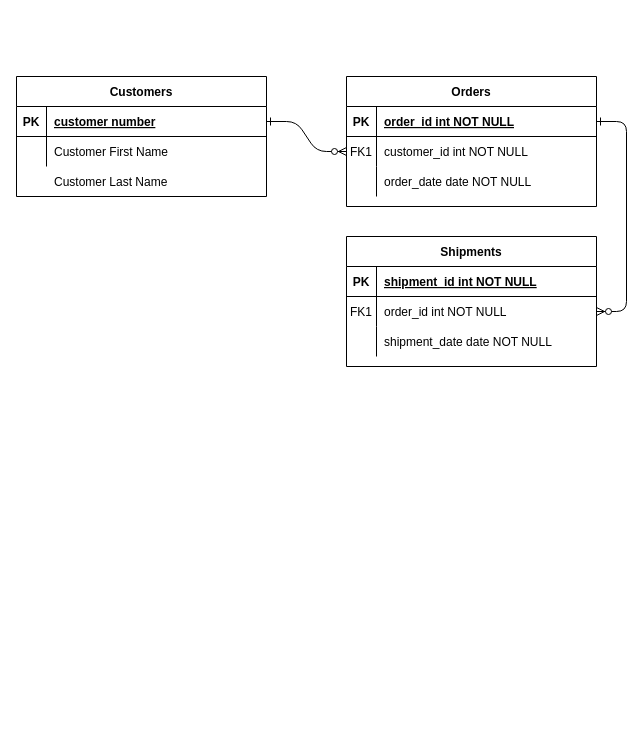
The draw.io diagram Untitled Diagram.drawio in xyangwu22/msba2, before the edit. Source tidied: cells renumbered, new cells numbered last; positions are measured from the earlier drawing's top-left corner, leaving out a move shared by most shapes. Both pictures are drawn from the tidied source at 100%, with x=0, y=0 at pixel (16, 76).
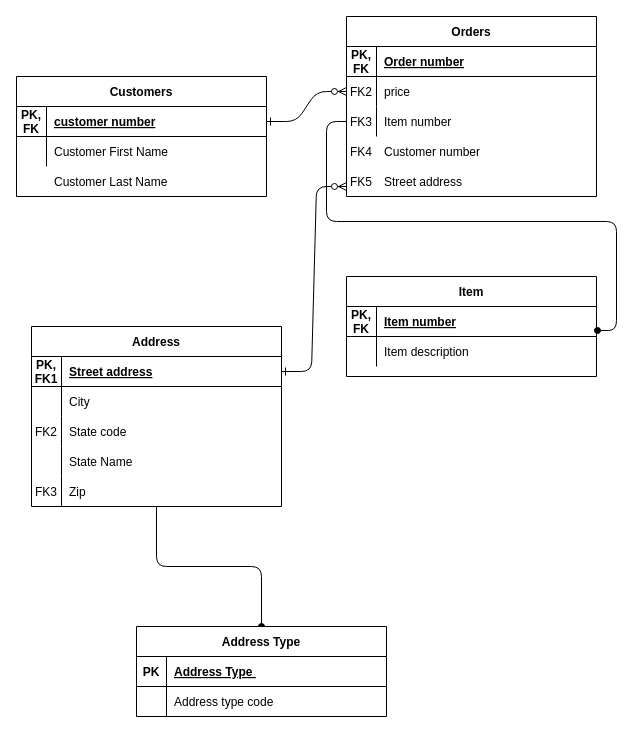
Above is the later version.

Unchanged cells that the change refers to:
```xml
<mxCell id="5" style="shape=partialRectangle;fillColor=none;points=[[0,0.5],[1,0.5]];portConstraint=eastwest;top=0;left=0;right=0;bottom=1;" parent="4" vertex="1">
  <mxGeometry y="30" width="250" height="30" as="geometry" />
</mxCell>
<mxCell id="8" style="shape=partialRectangle;fillColor=none;points=[[0,0.5],[1,0.5]];portConstraint=eastwest;top=0;left=0;right=0;bottom=0;" parent="4" vertex="1">
  <mxGeometry y="60" width="250" height="30" as="geometry" />
</mxCell>
<mxCell id="11" style="shape=partialRectangle;fillColor=none;points=[[0,0.5],[1,0.5]];portConstraint=eastwest;top=0;left=0;right=0;bottom=0;" parent="4" vertex="1">
  <mxGeometry y="90" width="250" height="30" as="geometry" />
</mxCell>
<mxCell id="15" style="shape=partialRectangle;fillColor=none;points=[[0,0.5],[1,0.5]];portConstraint=eastwest;top=0;left=0;right=0;bottom=1;" parent="14" vertex="1">
  <mxGeometry y="30" width="250" height="30" as="geometry" />
</mxCell>
<mxCell id="18" style="shape=partialRectangle;fillColor=none;points=[[0,0.5],[1,0.5]];portConstraint=eastwest;top=0;left=0;right=0;bottom=0;" parent="14" vertex="1">
  <mxGeometry y="60" width="250" height="30" as="geometry" />
</mxCell>
<mxCell id="25" style="shape=partialRectangle;fillColor=none;points=[[0,0.5],[1,0.5]];portConstraint=eastwest;top=0;left=0;right=0;bottom=1;" parent="24" vertex="1">
  <mxGeometry y="30" width="250" height="30" as="geometry" />
</mxCell>
```

The edit, as a diff of the source:
```diff
@@
-    <mxCell id="3" style="edgeStyle=entityRelationEdgeStyle;endArrow=ERzeroToMany;startArrow=ERone;endFill=1;startFill=0;" parent="1" edge="1" source="5" target="18">
-      <mxGeometry relative="1" as="geometry" />
-    </mxCell>
     <mxCell id="4" value="Orders" style="shape=table;startSize=30;childLayout=tableLayout;rowLines=0;fontStyle=1;align=center;" parent="1" vertex="1">
-      <mxGeometry x="330" width="250" height="130" as="geometry" />
+      <mxGeometry x="330" y="-60" width="250" height="180" as="geometry" />
     </mxCell>
@@
-    <mxCell id="6" value="PK" style="shape=partialRectangle;overflow=hidden;fillColor=none;top=0;left=0;bottom=0;right=0;fontStyle=1;" parent="5" vertex="1">
+    <mxCell id="6" value="PK,&#10;FK" style="shape=partialRectangle;overflow=hidden;fillColor=none;top=0;left=0;bottom=0;right=0;fontStyle=1;" parent="5" vertex="1">
       <mxGeometry width="30" height="30" as="geometry" />
     </mxCell>
-    <mxCell id="7" value="order_id int NOT NULL " style="shape=partialRectangle;overflow=hidden;fillColor=none;top=0;left=0;bottom=0;right=0;align=left;spacingLeft=6;fontStyle=5;" parent="5" vertex="1">
+    <mxCell id="7" value="Order number" style="shape=partialRectangle;overflow=hidden;fillColor=none;top=0;left=0;bottom=0;right=0;align=left;spacingLeft=6;fontStyle=5;" parent="5" vertex="1">
       <mxGeometry x="30" width="220" height="30" as="geometry" />
     </mxCell>
@@
-    <mxCell id="9" value="FK1" style="shape=partialRectangle;overflow=hidden;fillColor=none;top=0;left=0;bottom=0;right=0;" parent="8" vertex="1">
+    <mxCell id="9" value="FK2" style="shape=partialRectangle;overflow=hidden;fillColor=none;top=0;left=0;bottom=0;right=0;" parent="8" vertex="1">
       <mxGeometry width="30" height="30" as="geometry" />
     </mxCell>
-    <mxCell id="10" value="customer_id int NOT NULL" style="shape=partialRectangle;overflow=hidden;fillColor=none;top=0;left=0;bottom=0;right=0;align=left;spacingLeft=6;" parent="8" vertex="1">
+    <mxCell id="10" value="price" style="shape=partialRectangle;overflow=hidden;fillColor=none;top=0;left=0;bottom=0;right=0;align=left;spacingLeft=6;" parent="8" vertex="1">
       <mxGeometry x="30" width="220" height="30" as="geometry" />
     </mxCell>
@@
-    <mxCell id="12" style="shape=partialRectangle;overflow=hidden;fillColor=none;top=0;left=0;bottom=0;right=0;" parent="11" vertex="1">
+    <mxCell id="12" value="FK3" style="shape=partialRectangle;overflow=hidden;fillColor=none;top=0;left=0;bottom=0;right=0;" parent="11" vertex="1">
       <mxGeometry width="30" height="30" as="geometry" />
     </mxCell>
-    <mxCell id="13" value="order_date date NOT NULL" style="shape=partialRectangle;overflow=hidden;fillColor=none;top=0;left=0;bottom=0;right=0;align=left;spacingLeft=6;" parent="11" vertex="1">
+    <mxCell id="13" value="Item number" style="shape=partialRectangle;overflow=hidden;fillColor=none;top=0;left=0;bottom=0;right=0;align=left;spacingLeft=6;" parent="11" vertex="1">
       <mxGeometry x="30" width="220" height="30" as="geometry" />
     </mxCell>
+    <mxCell id="32" style="edgeStyle=orthogonalEdgeStyle;rounded=1;sketch=0;jettySize=auto;html=1;endArrow=oval;endFill=1;" parent="1" edge="1" source="14" target="43">
+      <mxGeometry relative="1" as="geometry" />
+    </mxCell>
-    <mxCell id="14" value="Shipments" style="shape=table;startSize=30;childLayout=tableLayout;rowLines=0;fontStyle=1;align=center;" parent="1" vertex="1">
-      <mxGeometry x="330" y="160" width="250" height="130" as="geometry" />
+    <mxCell id="14" value="Address" style="shape=table;startSize=30;childLayout=tableLayout;rowLines=0;fontStyle=1;align=center;" parent="1" vertex="1">
+      <mxGeometry x="15" y="250" width="250" height="180" as="geometry" />
     </mxCell>
@@
-    <mxCell id="16" value="PK" style="shape=partialRectangle;overflow=hidden;fillColor=none;top=0;left=0;bottom=0;right=0;fontStyle=1;" parent="15" vertex="1">
+    <mxCell id="16" value="PK,&#10;FK1" style="shape=partialRectangle;overflow=hidden;fillColor=none;top=0;left=0;bottom=0;right=0;fontStyle=1;" parent="15" vertex="1">
       <mxGeometry width="30" height="30" as="geometry" />
     </mxCell>
-    <mxCell id="17" value="shipment_id int NOT NULL " style="shape=partialRectangle;overflow=hidden;fillColor=none;top=0;left=0;bottom=0;right=0;align=left;spacingLeft=6;fontStyle=5;" parent="15" vertex="1">
+    <mxCell id="17" value="Street address" style="shape=partialRectangle;overflow=hidden;fillColor=none;top=0;left=0;bottom=0;right=0;align=left;spacingLeft=6;fontStyle=5;" parent="15" vertex="1">
       <mxGeometry x="30" width="220" height="30" as="geometry" />
     </mxCell>
@@
-    <mxCell id="19" value="FK1" style="shape=partialRectangle;overflow=hidden;fillColor=none;top=0;left=0;bottom=0;right=0;" parent="18" vertex="1">
+    <mxCell id="19" style="shape=partialRectangle;overflow=hidden;fillColor=none;top=0;left=0;bottom=0;right=0;" parent="18" vertex="1">
       <mxGeometry width="30" height="30" as="geometry" />
     </mxCell>
-    <mxCell id="20" value="order_id int NOT NULL" style="shape=partialRectangle;overflow=hidden;fillColor=none;top=0;left=0;bottom=0;right=0;align=left;spacingLeft=6;" parent="18" vertex="1">
+    <mxCell id="20" value="City" style="shape=partialRectangle;overflow=hidden;fillColor=none;top=0;left=0;bottom=0;right=0;align=left;spacingLeft=6;" parent="18" vertex="1">
       <mxGeometry x="30" width="220" height="30" as="geometry" />
     </mxCell>
+    <mxCell id="33" style="shape=partialRectangle;fillColor=none;top=0;left=0;right=0;bottom=0;" parent="14" vertex="1">
+      <mxGeometry y="90" width="250" height="30" as="geometry" />
+    </mxCell>
+    <mxCell id="34" value="FK2" style="shape=partialRectangle;overflow=hidden;fillColor=none;top=0;left=0;bottom=0;right=0;" parent="33" vertex="1">
+      <mxGeometry width="30" height="30" as="geometry" />
+    </mxCell>
+    <mxCell id="35" value="State code" style="shape=partialRectangle;overflow=hidden;fillColor=none;top=0;left=0;bottom=0;right=0;align=left;spacingLeft=6;" parent="33" vertex="1">
+      <mxGeometry x="30" width="220" height="30" as="geometry" />
+    </mxCell>
     <mxCell id="21" style="shape=partialRectangle;fillColor=none;top=0;left=0;right=0;bottom=0;" parent="14" vertex="1">
-      <mxGeometry y="90" width="250" height="30" as="geometry" />
+      <mxGeometry y="120" width="250" height="30" as="geometry" />
     </mxCell>
@@
-    <mxCell id="23" value="shipment_date date NOT NULL" style="shape=partialRectangle;overflow=hidden;fillColor=none;top=0;left=0;bottom=0;right=0;align=left;spacingLeft=6;" parent="21" vertex="1">
+    <mxCell id="23" value="State Name" style="shape=partialRectangle;overflow=hidden;fillColor=none;top=0;left=0;bottom=0;right=0;align=left;spacingLeft=6;" parent="21" vertex="1">
       <mxGeometry x="30" width="220" height="30" as="geometry" />
     </mxCell>
+    <mxCell id="36" style="shape=partialRectangle;fillColor=none;top=0;left=0;right=0;bottom=0;" parent="14" vertex="1">
+      <mxGeometry y="150" width="250" height="30" as="geometry" />
+    </mxCell>
+    <mxCell id="37" value="FK3" style="shape=partialRectangle;overflow=hidden;fillColor=none;top=0;left=0;bottom=0;right=0;" parent="36" vertex="1">
+      <mxGeometry width="30" height="30" as="geometry" />
+    </mxCell>
+    <mxCell id="38" value="Zip" style="shape=partialRectangle;overflow=hidden;fillColor=none;top=0;left=0;bottom=0;right=0;align=left;spacingLeft=6;" parent="36" vertex="1">
+      <mxGeometry x="30" width="220" height="30" as="geometry" />
+    </mxCell>
@@
-    <mxCell id="26" value="PK" style="shape=partialRectangle;overflow=hidden;fillColor=none;top=0;left=0;bottom=0;right=0;fontStyle=1;" parent="25" vertex="1">
+    <mxCell id="26" value="PK,&#10;FK" style="shape=partialRectangle;overflow=hidden;fillColor=none;top=0;left=0;bottom=0;right=0;fontStyle=1;" parent="25" vertex="1">
       <mxGeometry width="30" height="30" as="geometry" />
     </mxCell>
@@
+    <mxCell id="39" value="Customer number" style="shape=partialRectangle;overflow=hidden;fillColor=none;top=0;left=0;bottom=0;right=0;align=left;spacingLeft=6;" parent="1" vertex="1">
+      <mxGeometry x="360" y="60" width="220" height="30" as="geometry" />
+    </mxCell>
+    <mxCell id="40" value="Street address" style="shape=partialRectangle;overflow=hidden;fillColor=none;top=0;left=0;bottom=0;right=0;align=left;spacingLeft=6;" parent="1" vertex="1">
+      <mxGeometry x="360" y="90" width="220" height="30" as="geometry" />
+    </mxCell>
+    <mxCell id="41" value="FK4" style="shape=partialRectangle;overflow=hidden;fillColor=none;top=0;left=0;bottom=0;right=0;" parent="1" vertex="1">
+      <mxGeometry x="330" y="60" width="30" height="30" as="geometry" />
+    </mxCell>
+    <mxCell id="3" style="edgeStyle=entityRelationEdgeStyle;endArrow=ERzeroToMany;startArrow=ERone;endFill=1;startFill=0;exitX=1;exitY=0.5;exitDx=0;exitDy=0;" parent="1" edge="1" source="15">
+      <mxGeometry relative="1" as="geometry">
+        <mxPoint x="330" y="110" as="targetPoint" />
+      </mxGeometry>
+    </mxCell>
+    <mxCell id="42" value="FK5" style="shape=partialRectangle;overflow=hidden;fillColor=none;top=0;left=0;bottom=0;right=0;" parent="1" vertex="1">
+      <mxGeometry x="330" y="90" width="30" height="30" as="geometry" />
+    </mxCell>
+    <mxCell id="43" value="Address Type" style="shape=table;startSize=30;childLayout=tableLayout;rowLines=0;fontStyle=1;align=center;" parent="1" vertex="1">
+      <mxGeometry x="120" y="550" width="250" height="90" as="geometry" />
+    </mxCell>
+    <mxCell id="44" style="shape=partialRectangle;fillColor=none;top=0;left=0;right=0;bottom=1;" parent="43" vertex="1">
+      <mxGeometry y="30" width="250" height="30" as="geometry" />
+    </mxCell>
+    <mxCell id="45" value="PK" style="shape=partialRectangle;overflow=hidden;fillColor=none;top=0;left=0;bottom=0;right=0;fontStyle=1;" parent="44" vertex="1">
+      <mxGeometry width="30" height="30" as="geometry" />
+    </mxCell>
+    <mxCell id="46" value="Address Type " style="shape=partialRectangle;overflow=hidden;fillColor=none;top=0;left=0;bottom=0;right=0;align=left;spacingLeft=6;fontStyle=5;" parent="44" vertex="1">
+      <mxGeometry x="30" width="220" height="30" as="geometry" />
+    </mxCell>
+    <mxCell id="47" style="shape=partialRectangle;fillColor=none;top=0;left=0;right=0;bottom=0;" parent="43" vertex="1">
+      <mxGeometry y="60" width="250" height="30" as="geometry" />
+    </mxCell>
+    <mxCell id="48" style="shape=partialRectangle;overflow=hidden;fillColor=none;top=0;left=0;bottom=0;right=0;" parent="47" vertex="1">
+      <mxGeometry width="30" height="30" as="geometry" />
+    </mxCell>
+    <mxCell id="49" value="Address type code" style="shape=partialRectangle;overflow=hidden;fillColor=none;top=0;left=0;bottom=0;right=0;align=left;spacingLeft=6;" parent="47" vertex="1">
+      <mxGeometry x="30" width="220" height="30" as="geometry" />
+    </mxCell>
+    <mxCell id="50" value="Item" style="shape=table;startSize=30;childLayout=tableLayout;rowLines=0;fontStyle=1;align=center;swimlaneFillColor=#ffffff;" parent="1" vertex="1">
+      <mxGeometry x="330" y="200" width="250" height="100" as="geometry" />
+    </mxCell>
+    <mxCell id="51" style="shape=partialRectangle;fillColor=none;points=[[0,0.5],[1,0.5]];portConstraint=eastwest;top=0;left=0;right=0;bottom=1;" parent="50" vertex="1">
+      <mxGeometry y="30" width="250" height="30" as="geometry" />
+    </mxCell>
+    <mxCell id="52" value="PK,&#10;FK" style="shape=partialRectangle;overflow=hidden;fillColor=none;top=0;left=0;bottom=0;right=0;fontStyle=1;" parent="51" vertex="1">
+      <mxGeometry width="30" height="30" as="geometry" />
+    </mxCell>
+    <mxCell id="53" value="Item number" style="shape=partialRectangle;overflow=hidden;fillColor=none;top=0;left=0;bottom=0;right=0;align=left;spacingLeft=6;fontStyle=5;" parent="51" vertex="1">
+      <mxGeometry x="30" width="220" height="30" as="geometry" />
+    </mxCell>
+    <mxCell id="54" style="shape=partialRectangle;fillColor=none;top=0;left=0;right=0;bottom=0;" parent="50" vertex="1">
+      <mxGeometry y="60" width="250" height="30" as="geometry" />
+    </mxCell>
+    <mxCell id="55" style="shape=partialRectangle;overflow=hidden;fillColor=none;top=0;left=0;bottom=0;right=0;" parent="54" vertex="1">
+      <mxGeometry width="30" height="30" as="geometry" />
+    </mxCell>
+    <mxCell id="56" value="Item description" style="shape=partialRectangle;overflow=hidden;fillColor=none;top=0;left=0;bottom=0;right=0;align=left;spacingLeft=6;" parent="54" vertex="1">
+      <mxGeometry x="30" width="220" height="30" as="geometry" />
+    </mxCell>
+    <mxCell id="57" style="edgeStyle=orthogonalEdgeStyle;rounded=1;sketch=0;jettySize=auto;html=1;entryX=1.004;entryY=0.8;entryDx=0;entryDy=0;entryPerimeter=0;endArrow=oval;endFill=1;" parent="1" edge="1" source="11" target="51">
+      <mxGeometry relative="1" as="geometry" />
+    </mxCell>
```
